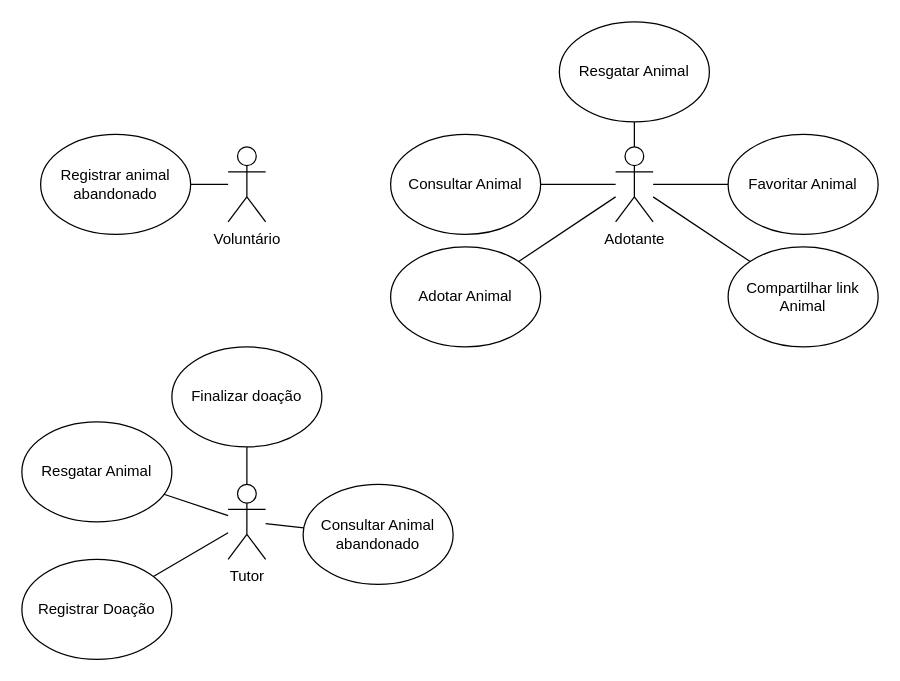
The draw.io diagram diagrama de caso de uso.drawio in JoaoGans/DRAW.tcc, before the edit. Source tidied: cells renumbered, new cells numbered last; positions are measured from the earlier drawing's top-left corner, leaving out a move shared by most shapes. Both pictures are drawn from the tidied source at 125%, with x=0, y=0 at pixel (21, 21).
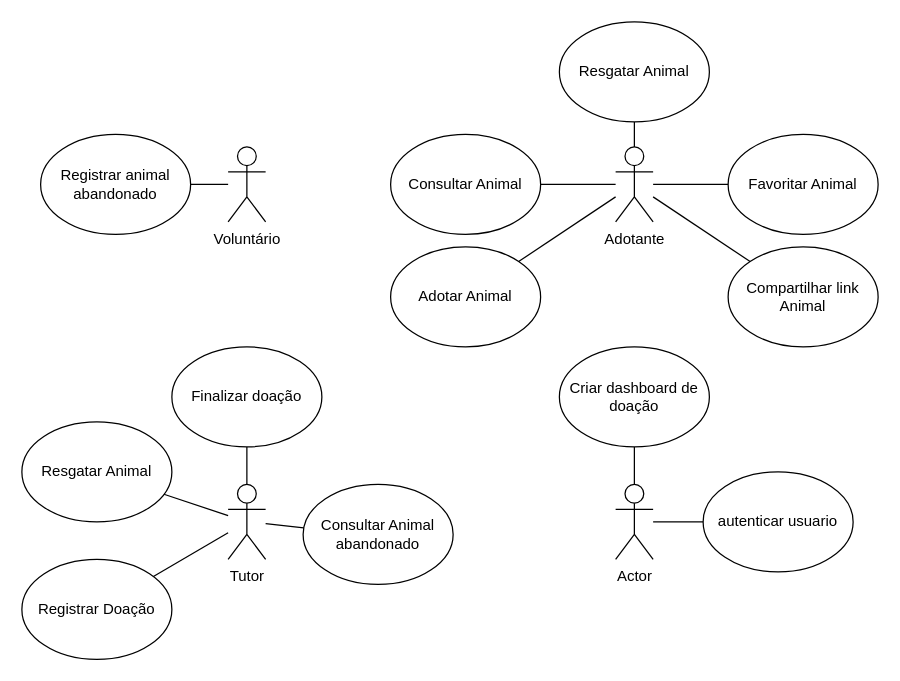
The same page after the edit.

Change to the diagram source:
```diff
@@
+    <mxCell id="25" value="Actor" style="shape=umlActor;verticalLabelPosition=bottom;verticalAlign=top;html=1;outlineConnect=0;" parent="1" vertex="1">
+      <mxGeometry x="475" y="370" width="30" height="60" as="geometry" />
+    </mxCell>
+    <mxCell id="26" value="Criar dashboard de doação" style="ellipse;whiteSpace=wrap;html=1;" parent="1" vertex="1">
+      <mxGeometry x="430" y="260" width="120" height="80" as="geometry" />
+    </mxCell>
+    <mxCell id="27" value="autenticar usuario" style="ellipse;whiteSpace=wrap;html=1;" parent="1" vertex="1">
+      <mxGeometry x="545" y="360" width="120" height="80" as="geometry" />
+    </mxCell>
+    <mxCell id="28" style="endArrow=none;html=1;rounded=0;" parent="1" edge="1" source="26" target="25">
+      <mxGeometry relative="1" as="geometry" />
+    </mxCell>
+    <mxCell id="29" style="endArrow=none;html=1;rounded=0;" parent="1" edge="1" source="27" target="25">
+      <mxGeometry relative="1" as="geometry" />
+    </mxCell>
```
